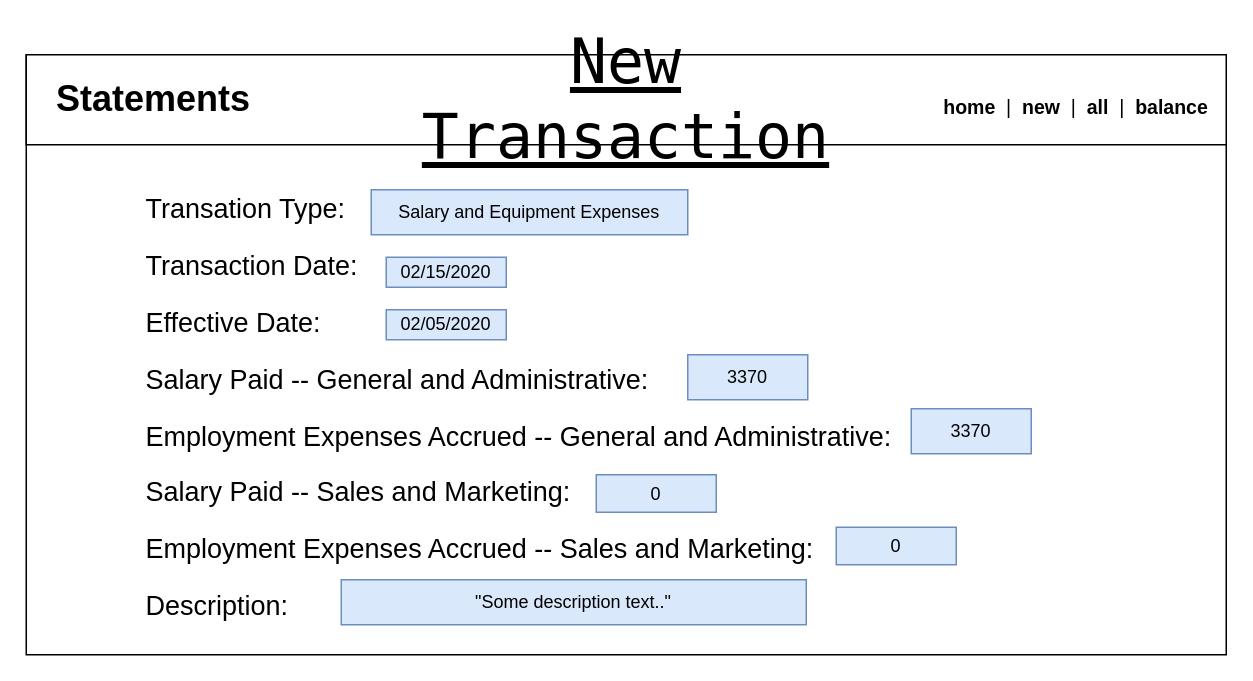
Earlier version of the draw.io diagram readme-images/drawio-edit-files/transaction-form-wireframe.drawio (billyhk/statements). Source tidied: cells renumbered, new cells numbered last; positions are measured from the earlier drawing's top-left corner, leaving out a move shared by most shapes. Both pictures are drawn from the tidied source at 150%, with x=0, y=0 at pixel (26, 54).
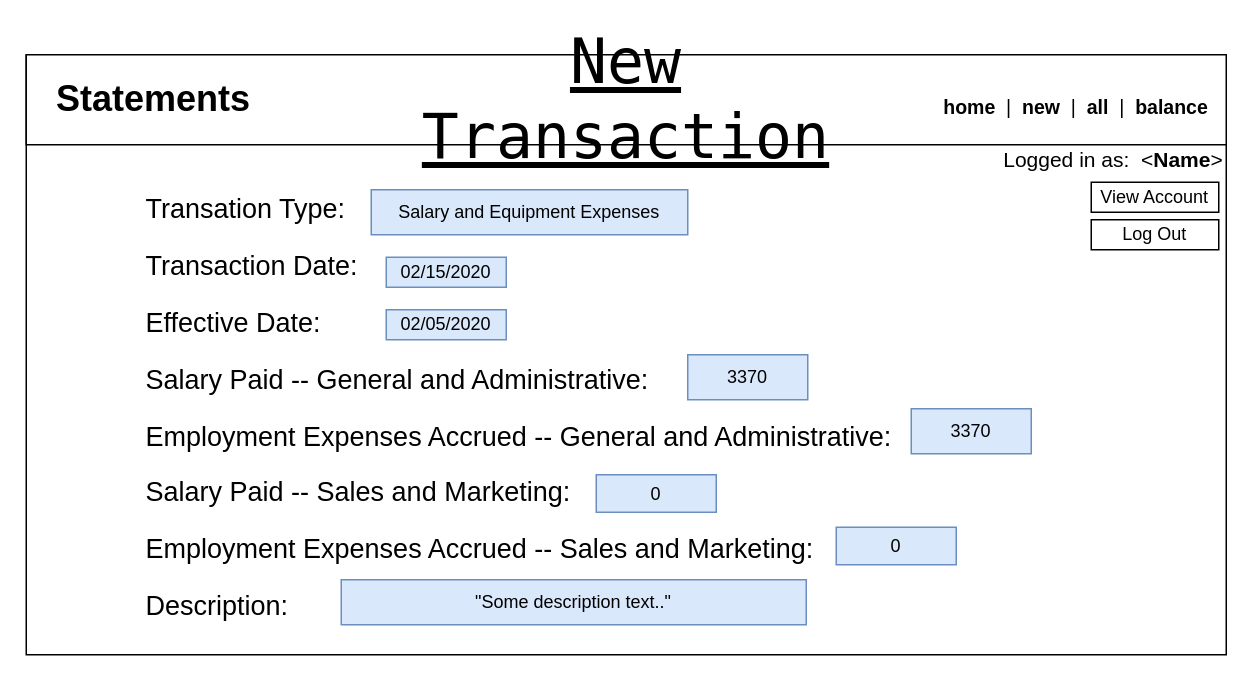
The same diagram, later.

Change to the diagram source:
```diff
@@
 <mxGraphModel>
   <root>
     <mxCell id="0" />
     <mxCell id="1" parent="0" />
     <mxCell id="2" style="rounded=0;whiteSpace=wrap;html=1;" parent="1" vertex="1">
       <mxGeometry width="800" height="400" as="geometry" />
     </mxCell>
     <mxCell id="3" style="rounded=0;whiteSpace=wrap;html=1;" parent="1" vertex="1">
       <mxGeometry width="800" height="60" as="geometry" />
     </mxCell>
     <mxCell id="4" value="&lt;font style=&quot;font-size: 24px&quot;&gt;&lt;b&gt;Statements&lt;/b&gt;&lt;/font&gt;" style="text;html=1;strokeColor=none;fillColor=none;align=center;verticalAlign=middle;whiteSpace=wrap;rounded=0;fontFamily=Cursive;" parent="1" vertex="1">
       <mxGeometry width="170" height="60" as="geometry" />
     </mxCell>
     <mxCell id="5" value="&lt;font face=&quot;Lucida Console&quot; size=&quot;1&quot;&gt;&lt;u style=&quot;font-size: 41px&quot;&gt;New Transaction&lt;/u&gt;&lt;/font&gt;" style="text;html=1;strokeColor=none;fillColor=none;align=center;verticalAlign=middle;whiteSpace=wrap;rounded=0;" parent="1" vertex="1">
       <mxGeometry x="250" width="300" height="60" as="geometry" />
     </mxCell>
     <mxCell id="6" value="&lt;font style=&quot;font-size: 13px&quot;&gt;&lt;b&gt;home&amp;nbsp;&lt;/b&gt; |&amp;nbsp;&amp;nbsp;&lt;b&gt;new&lt;/b&gt;&amp;nbsp; |&amp;nbsp;&amp;nbsp;&lt;b&gt;all&lt;/b&gt;&amp;nbsp; |&amp;nbsp;&amp;nbsp;&lt;b&gt;balance&lt;/b&gt;&lt;/font&gt;" style="text;html=1;strokeColor=none;fillColor=none;align=center;verticalAlign=middle;whiteSpace=wrap;rounded=0;" parent="1" vertex="1">
       <mxGeometry x="600" y="20" width="200" height="30" as="geometry" />
     </mxCell>
     <mxCell id="7" value="Salary and Equipment Expenses" style="rounded=0;whiteSpace=wrap;html=1;fillColor=#dae8fc;strokeColor=#6c8ebf;" parent="1" vertex="1">
       <mxGeometry x="230" y="90" width="211" height="30" as="geometry" />
     </mxCell>
     <mxCell id="8" value="&lt;font style=&quot;font-size: 18px ; line-height: 210%&quot;&gt;Transation Type:&lt;br&gt;Transaction Date:&lt;br&gt;Effective Date:&lt;br&gt;Salary Paid -- General and Administrative:&lt;br&gt;Employment Expenses Accrued -- General and Administrative:&lt;br&gt;Salary Paid -- Sales and Marketing:&lt;br&gt;Employment Expenses Accrued -- Sales and Marketing:&lt;br&gt;Description:&amp;nbsp;&lt;br&gt;&lt;/font&gt;" style="text;html=1;strokeColor=none;fillColor=none;align=left;verticalAlign=middle;whiteSpace=wrap;rounded=0;" parent="1" vertex="1">
       <mxGeometry x="77.5" y="72" width="605" height="328" as="geometry" />
     </mxCell>
     <mxCell id="9" value="02/15/2020" style="rounded=0;whiteSpace=wrap;html=1;fillColor=#dae8fc;strokeColor=#6c8ebf;" parent="1" vertex="1">
       <mxGeometry x="240" y="135" width="80" height="20" as="geometry" />
     </mxCell>
     <mxCell id="10" value="02/05/2020" style="rounded=0;whiteSpace=wrap;html=1;fillColor=#dae8fc;strokeColor=#6c8ebf;" parent="1" vertex="1">
       <mxGeometry x="240" y="170" width="80" height="20" as="geometry" />
     </mxCell>
     <mxCell id="11" value="3370" style="rounded=0;whiteSpace=wrap;html=1;fillColor=#dae8fc;strokeColor=#6c8ebf;" parent="1" vertex="1">
       <mxGeometry x="441" y="200" width="80" height="30" as="geometry" />
     </mxCell>
     <mxCell id="12" value="3370" style="rounded=0;whiteSpace=wrap;html=1;fillColor=#dae8fc;strokeColor=#6c8ebf;" parent="1" vertex="1">
       <mxGeometry x="590" y="236" width="80" height="30" as="geometry" />
     </mxCell>
     <mxCell id="13" value="0" style="rounded=0;whiteSpace=wrap;html=1;fillColor=#dae8fc;strokeColor=#6c8ebf;" parent="1" vertex="1">
       <mxGeometry x="380" y="280" width="80" height="25" as="geometry" />
     </mxCell>
     <mxCell id="14" value="0" style="rounded=0;whiteSpace=wrap;html=1;fillColor=#dae8fc;strokeColor=#6c8ebf;" parent="1" vertex="1">
       <mxGeometry x="540" y="315" width="80" height="25" as="geometry" />
     </mxCell>
     <mxCell id="15" value="&quot;Some description text..&quot;" style="rounded=0;whiteSpace=wrap;html=1;fillColor=#dae8fc;strokeColor=#6c8ebf;" parent="1" vertex="1">
       <mxGeometry x="210" y="350" width="310" height="30" as="geometry" />
     </mxCell>
+    <mxCell id="16" value="&lt;font style=&quot;font-size: 14px&quot;&gt;Logged in as:&amp;nbsp; &amp;lt;&lt;b&gt;Name&lt;/b&gt;&amp;gt;&lt;/font&gt;" style="text;html=1;strokeColor=none;fillColor=none;align=center;verticalAlign=middle;whiteSpace=wrap;rounded=0;" parent="1" vertex="1">
+      <mxGeometry x="650" y="60" width="150" height="20" as="geometry" />
+    </mxCell>
+    <mxCell id="17" value="Log Out" style="text;html=1;strokeColor=#000000;fillColor=none;align=center;verticalAlign=middle;whiteSpace=wrap;rounded=0;" parent="1" vertex="1">
+      <mxGeometry x="710" y="110" width="85" height="20" as="geometry" />
+    </mxCell>
+    <mxCell id="18" value="View Account" style="text;html=1;strokeColor=#000000;fillColor=none;align=center;verticalAlign=middle;whiteSpace=wrap;rounded=0;" parent="1" vertex="1">
+      <mxGeometry x="710" y="85" width="85" height="20" as="geometry" />
+    </mxCell>
   </root>
 </mxGraphModel>
```
